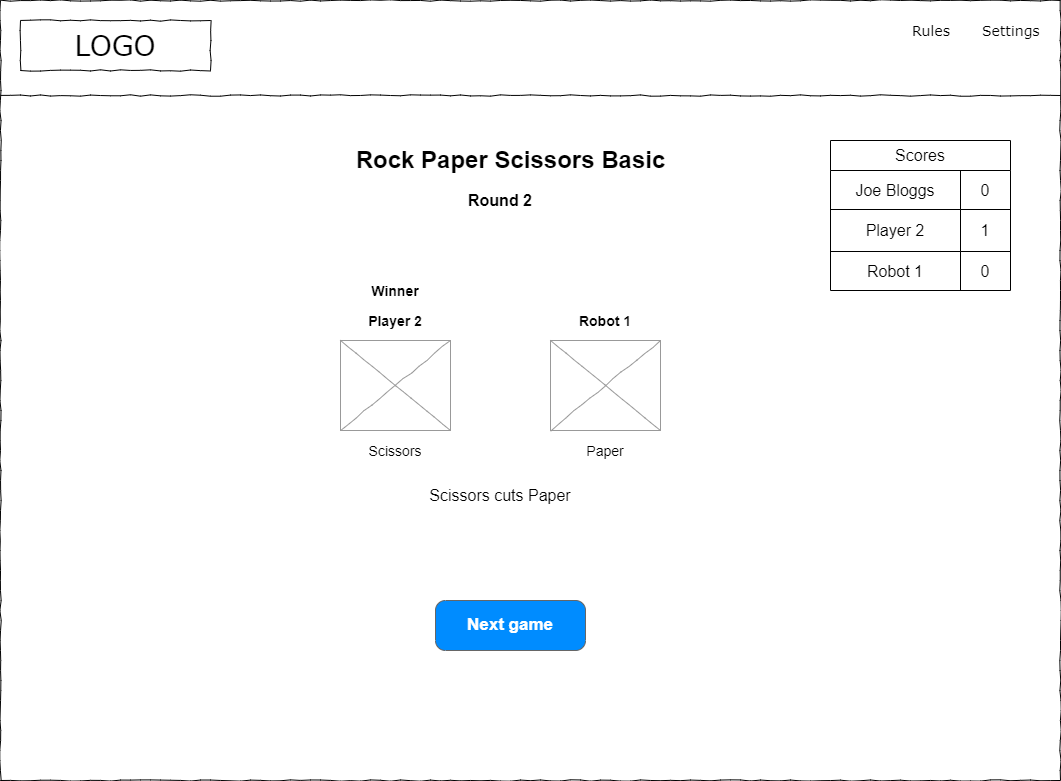
Above: design/img/rps-xtreme-game-result-large.drawio.png in ibuttimer/rock-paper-scissors-xtreme (draw.io), before the change. Source tidied: cells renumbered, new cells last; positions are measured from the earlier drawing's top-left corner, leaving out a move shared by most shapes.
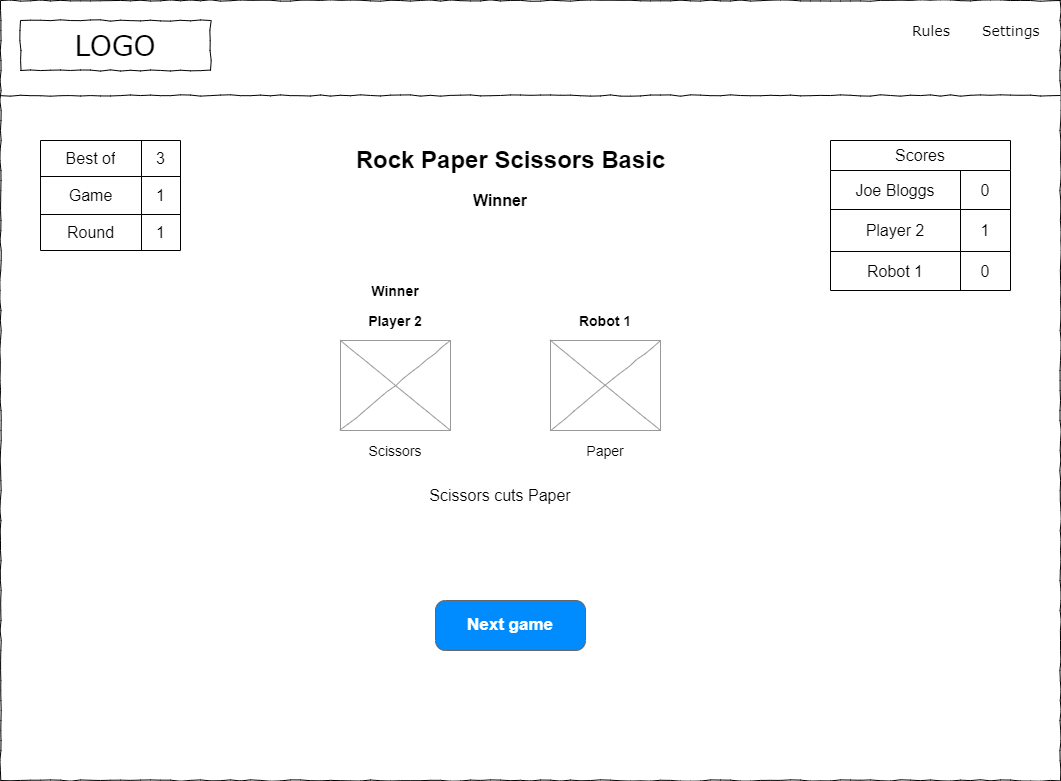
The same file after the commit.

Change to the diagram source:
```diff
@@ -33,11 +33,6 @@
         <mxGeometry x="315" y="300" width="160" height="40" as="geometry" />
       </mxCell>
     </object>
-    <object id="11" label="&lt;b style=&quot;&quot;&gt;&lt;font style=&quot;font-size: 16px;&quot;&gt;Round 2&lt;/font&gt;&lt;/b&gt;" name="Variable" placeholders="1">
-      <mxCell style="text;html=1;strokeColor=none;fillColor=none;align=center;verticalAlign=middle;whiteSpace=wrap;overflow=hidden;" parent="1" vertex="1">
-        <mxGeometry x="420" y="180" width="160" height="40" as="geometry" />
-      </mxCell>
-    </object>
     <mxCell id="12" value="Scissors cuts Paper" style="text;html=1;strokeColor=none;fillColor=none;align=center;verticalAlign=middle;whiteSpace=wrap;rounded=0;fontSize=16;" parent="1" vertex="1">
       <mxGeometry x="420" y="480" width="160" height="30" as="geometry" />
     </mxCell>
@@ -92,5 +87,40 @@
     <mxCell id="27" value="0" style="shape=partialRectangle;html=1;whiteSpace=wrap;fillColor=none;top=0;left=0;bottom=0;right=0;overflow=hidden;fontSize=16;" parent="25" vertex="1">
       <mxGeometry x="130" width="50" height="39" as="geometry" />
     </mxCell>
+    <object id="28" label="&lt;b style=&quot;&quot;&gt;&lt;font style=&quot;font-size: 16px;&quot;&gt;Winner&lt;/font&gt;&lt;/b&gt;" name="Variable" placeholders="1">
+      <mxCell style="text;html=1;strokeColor=none;fillColor=none;align=center;verticalAlign=middle;whiteSpace=wrap;overflow=hidden;" parent="1" vertex="1">
+        <mxGeometry x="420" y="180" width="160" height="40" as="geometry" />
+      </mxCell>
+    </object>
+    <mxCell id="29" style="shape=table;html=1;whiteSpace=wrap;startSize=0;fontSize=16;" parent="1" vertex="1">
+      <mxGeometry x="40" y="140" width="140" height="110" as="geometry" />
+    </mxCell>
+    <mxCell id="30" style="shape=tableRow;horizontal=0;startSize=0;swimlaneHead=0;swimlaneBody=0;top=0;left=0;bottom=0;right=0;fillColor=none;fontSize=16;" parent="29" vertex="1">
+      <mxGeometry width="140" height="36" as="geometry" />
+    </mxCell>
+    <mxCell id="31" value="Best of" style="shape=partialRectangle;html=1;whiteSpace=wrap;fillColor=none;top=0;left=0;bottom=0;right=0;overflow=hidden;fontSize=16;" parent="30" vertex="1">
+      <mxGeometry width="101" height="36" as="geometry" />
+    </mxCell>
+    <mxCell id="32" value="3" style="shape=partialRectangle;html=1;whiteSpace=wrap;fillColor=none;top=0;left=0;bottom=0;right=0;overflow=hidden;fontSize=16;" parent="30" vertex="1">
+      <mxGeometry x="101" width="39" height="36" as="geometry" />
+    </mxCell>
+    <mxCell id="33" style="shape=tableRow;horizontal=0;startSize=0;swimlaneHead=0;swimlaneBody=0;top=0;left=0;bottom=0;right=0;fillColor=none;fontSize=16;" parent="29" vertex="1">
+      <mxGeometry y="36" width="140" height="38" as="geometry" />
+    </mxCell>
+    <mxCell id="34" value="Game" style="shape=partialRectangle;html=1;whiteSpace=wrap;fillColor=none;top=0;left=0;bottom=0;right=0;overflow=hidden;fontSize=16;" parent="33" vertex="1">
+      <mxGeometry width="101" height="38" as="geometry" />
+    </mxCell>
+    <mxCell id="35" value="1" style="shape=partialRectangle;html=1;whiteSpace=wrap;fillColor=none;top=0;left=0;bottom=0;right=0;overflow=hidden;fontSize=16;" parent="33" vertex="1">
+      <mxGeometry x="101" width="39" height="38" as="geometry" />
+    </mxCell>
+    <mxCell id="36" style="shape=tableRow;horizontal=0;startSize=0;swimlaneHead=0;swimlaneBody=0;top=0;left=0;bottom=0;right=0;fillColor=none;fontSize=16;" parent="29" vertex="1">
+      <mxGeometry y="74" width="140" height="36" as="geometry" />
+    </mxCell>
+    <mxCell id="37" value="Round" style="shape=partialRectangle;html=1;whiteSpace=wrap;fillColor=none;top=0;left=0;bottom=0;right=0;overflow=hidden;fontSize=16;" parent="36" vertex="1">
+      <mxGeometry width="101" height="36" as="geometry" />
+    </mxCell>
+    <mxCell id="38" value="1" style="shape=partialRectangle;html=1;whiteSpace=wrap;fillColor=none;top=0;left=0;bottom=0;right=0;overflow=hidden;fontSize=16;" parent="36" vertex="1">
+      <mxGeometry x="101" width="39" height="36" as="geometry" />
+    </mxCell>
   </root>
 </mxGraphModel>
```
